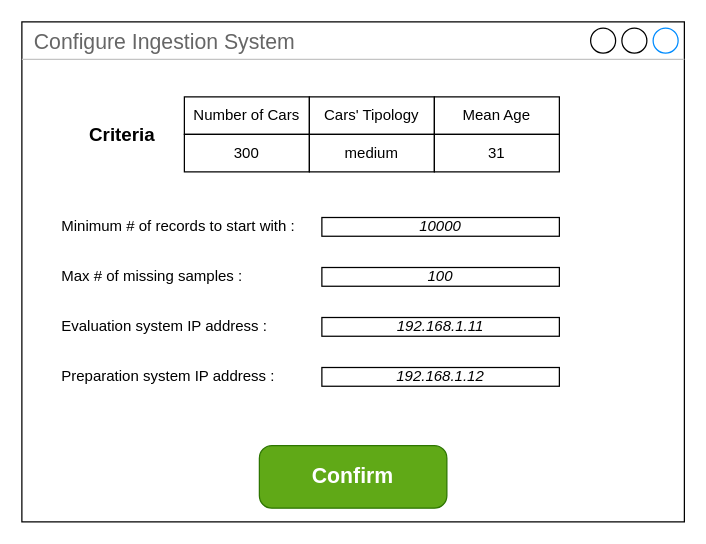
Earlier version of the draw.io diagram configure/ingestion system (CAPE)/ingestion_system.drawio (BaffoBello14/AutomaticDamagesRecognition). Source tidied: cells renumbered, new cells numbered last; positions are measured from the earlier drawing's top-left corner, leaving out a move shared by most shapes. Both pictures are drawn from the tidied source at 125%, with x=0, y=0 at pixel (21, 21).
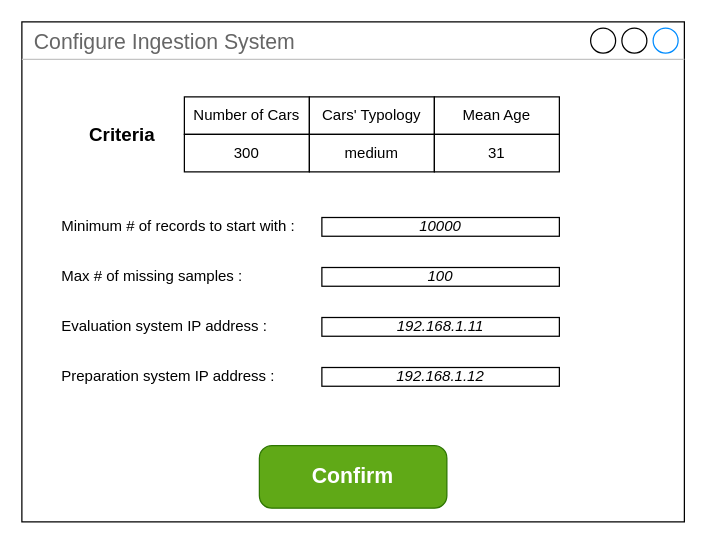
The same page after the edit.

What changed in the source:
```diff
@@
 <mxGraphModel>
   <root>
     <mxCell id="0" />
     <mxCell id="1" parent="0" />
     <mxCell id="2" value="Configure Ingestion System" style="strokeWidth=1;shadow=0;dashed=0;align=center;html=1;shape=mxgraph.mockup.containers.window;align=left;verticalAlign=top;spacingLeft=8;strokeColor2=#008cff;strokeColor3=#c4c4c4;fontColor=#666666;mainText=;fontSize=17;labelBackgroundColor=none;whiteSpace=wrap;" parent="1" vertex="1">
       <mxGeometry width="530" height="400" as="geometry" />
     </mxCell>
     <mxCell id="3" value="Confirm" style="strokeWidth=1;shadow=0;dashed=0;align=center;html=1;shape=mxgraph.mockup.buttons.button;strokeColor=#2D7600;fontColor=#ffffff;mainText=;buttonStyle=round;fontSize=17;fontStyle=1;fillColor=#60a917;whiteSpace=wrap;" parent="1" vertex="1">
       <mxGeometry x="190" y="339" width="150" height="50" as="geometry" />
     </mxCell>
     <mxCell id="4" value="Minimum # of records to start with :" style="text;html=1;strokeColor=none;fillColor=none;align=left;verticalAlign=middle;whiteSpace=wrap;rounded=0;" parent="1" vertex="1">
       <mxGeometry x="30" y="149" width="210" height="30" as="geometry" />
     </mxCell>
     <mxCell id="5" value="&lt;i&gt;&lt;font&gt;10000&lt;/font&gt;&lt;/i&gt;" style="rounded=0;whiteSpace=wrap;html=1;fontColor=#000000;" parent="1" vertex="1">
       <mxGeometry x="240" y="156.5" width="190" height="15" as="geometry" />
     </mxCell>
     <mxCell id="6" value="Max # of missing samples :" style="text;html=1;strokeColor=none;fillColor=none;align=left;verticalAlign=middle;whiteSpace=wrap;rounded=0;" parent="1" vertex="1">
       <mxGeometry x="30" y="189" width="210" height="30" as="geometry" />
     </mxCell>
     <mxCell id="7" value="&lt;i&gt;&lt;font&gt;100&lt;/font&gt;&lt;/i&gt;" style="rounded=0;whiteSpace=wrap;html=1;fontColor=#000000;" parent="1" vertex="1">
       <mxGeometry x="240" y="196.5" width="190" height="15" as="geometry" />
     </mxCell>
     <mxCell id="8" value="Evaluation system IP address :" style="text;html=1;strokeColor=none;fillColor=none;align=left;verticalAlign=middle;whiteSpace=wrap;rounded=0;" parent="1" vertex="1">
       <mxGeometry x="30" y="229" width="210" height="30" as="geometry" />
     </mxCell>
     <mxCell id="9" value="&lt;i style=&quot;border-color: var(--border-color);&quot;&gt;&lt;font style=&quot;border-color: var(--border-color);&quot;&gt;192.168.1.11&lt;/font&gt;&lt;/i&gt;" style="rounded=0;whiteSpace=wrap;html=1;fontColor=#000000;" parent="1" vertex="1">
       <mxGeometry x="240" y="236.5" width="190" height="15" as="geometry" />
     </mxCell>
     <mxCell id="10" value="Preparation system IP address :" style="text;html=1;strokeColor=none;fillColor=none;align=left;verticalAlign=middle;whiteSpace=wrap;rounded=0;" parent="1" vertex="1">
       <mxGeometry x="30" y="269" width="210" height="30" as="geometry" />
     </mxCell>
     <mxCell id="11" value="&lt;i style=&quot;border-color: var(--border-color);&quot;&gt;&lt;font style=&quot;border-color: var(--border-color);&quot;&gt;192.168.1.12&lt;/font&gt;&lt;/i&gt;" style="rounded=0;whiteSpace=wrap;html=1;fontColor=#000000;" parent="1" vertex="1">
       <mxGeometry x="240" y="276.5" width="190" height="15" as="geometry" />
     </mxCell>
     <mxCell id="12" style="group;" parent="1" vertex="1">
       <mxGeometry x="130" y="60" width="300" height="60" as="geometry" />
     </mxCell>
     <mxCell id="13" value="Number of Cars" style="whiteSpace=wrap;html=1;" parent="12" vertex="1">
       <mxGeometry width="100" height="30" as="geometry" />
     </mxCell>
-    <mxCell id="14" value="Cars' Tipology" style="whiteSpace=wrap;html=1;" parent="12" vertex="1">
+    <mxCell id="14" value="Cars' Typology" style="whiteSpace=wrap;html=1;" parent="12" vertex="1">
       <mxGeometry x="100" width="100" height="30" as="geometry" />
     </mxCell>
     <mxCell id="15" value="Mean Age" style="whiteSpace=wrap;html=1;" parent="12" vertex="1">
       <mxGeometry x="200" width="100" height="30" as="geometry" />
     </mxCell>
     <mxCell id="16" value="300" style="whiteSpace=wrap;html=1;" parent="12" vertex="1">
       <mxGeometry y="30" width="100" height="30" as="geometry" />
     </mxCell>
     <mxCell id="17" value="medium" style="whiteSpace=wrap;html=1;" parent="12" vertex="1">
       <mxGeometry x="100" y="30" width="100" height="30" as="geometry" />
     </mxCell>
     <mxCell id="18" value="31" style="whiteSpace=wrap;html=1;" parent="12" vertex="1">
       <mxGeometry x="200" y="30" width="100" height="30" as="geometry" />
     </mxCell>
     <mxCell id="19" value="&lt;b&gt;&lt;font style=&quot;font-size: 15px;&quot;&gt;Criteria&lt;/font&gt;&lt;/b&gt;" style="text;html=1;align=center;verticalAlign=middle;strokeColor=none;fillColor=none;" parent="1" vertex="1">
       <mxGeometry x="40" y="75" width="80" height="30" as="geometry" />
     </mxCell>
   </root>
 </mxGraphModel>
```
